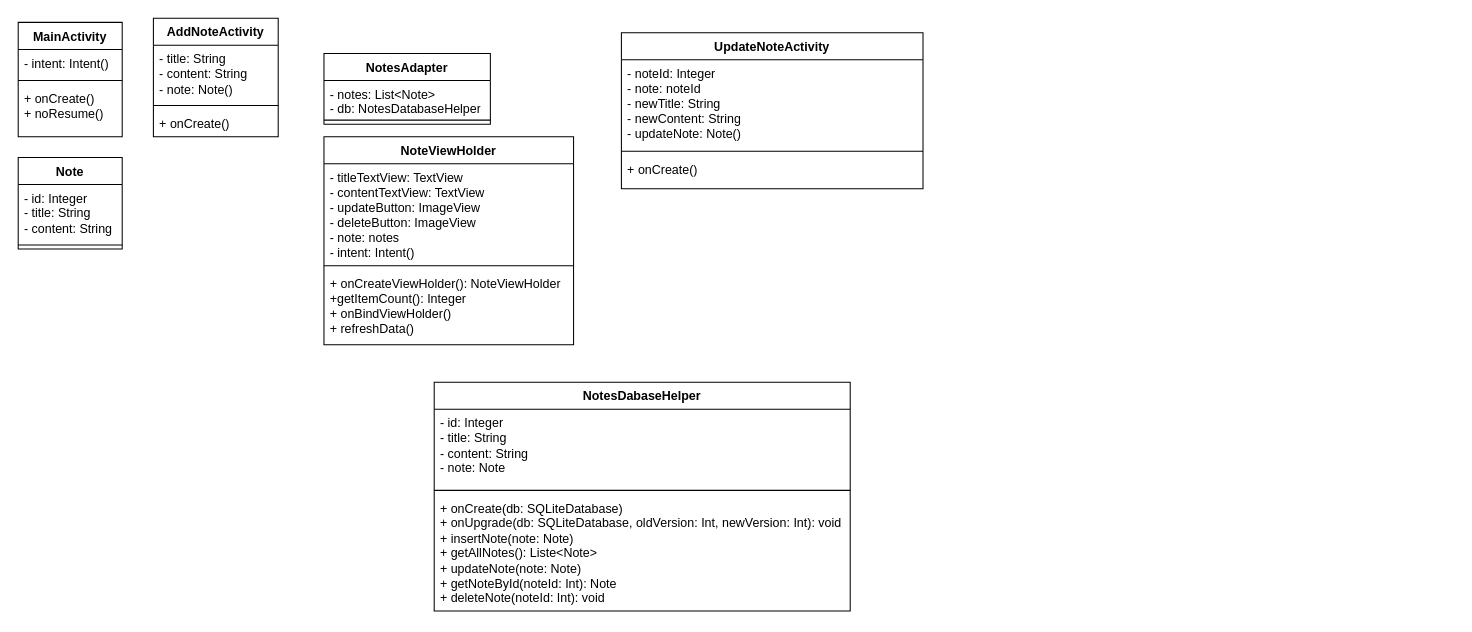
Before: NotesApp.drawio in laurasultan/kotlin, a draw.io diagram. Source tidied: cells renumbered, new cells numbered last; positions are measured from the earlier drawing's top-left corner, leaving out a move shared by most shapes. Both pictures are drawn from the tidied source at 104%, with x=0, y=0 at pixel (18, 18).
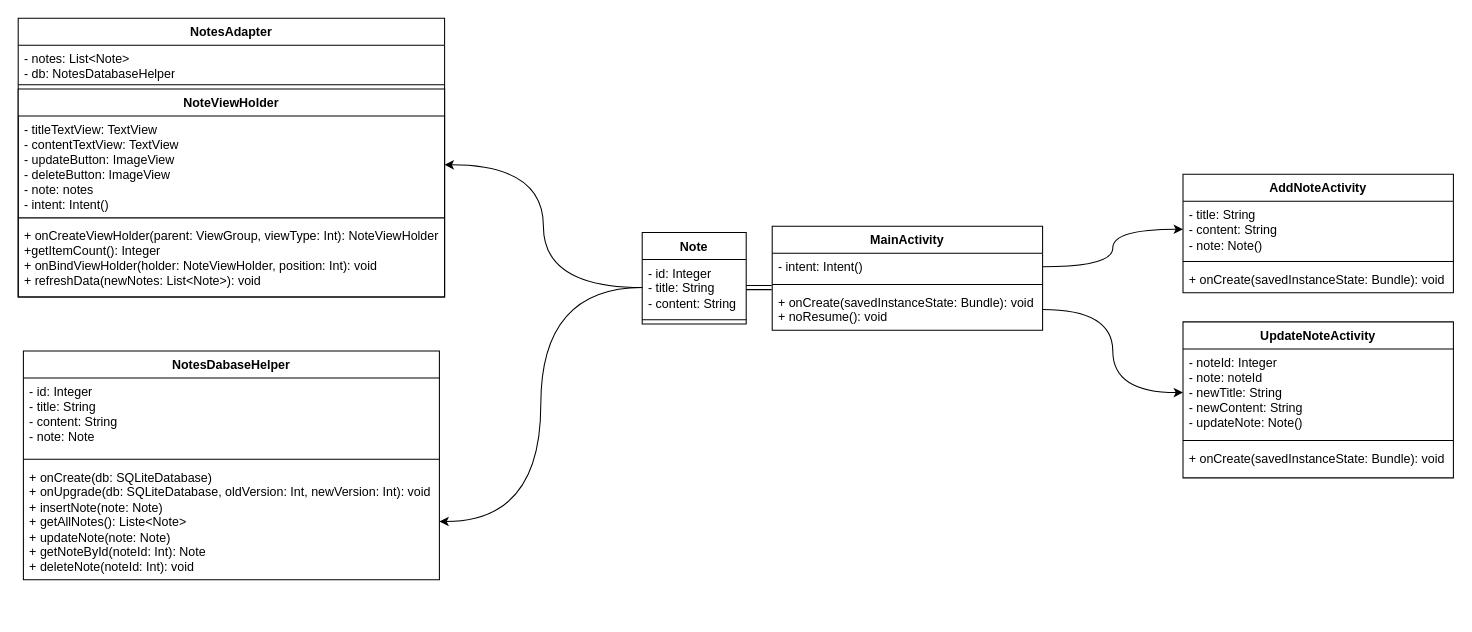
The same page after the edit.

The change refers to these unchanged cells:
```xml
<mxCell id="27" value="+ onCreate(db: SQLiteDatabase)&lt;br&gt;+ onUpgrade(db: SQLiteDatabase, oldVersion: Int, newVersion: Int): void&lt;br&gt;+ insertNote(note: Note)&amp;nbsp;&lt;br&gt;+ getAllNotes(): Liste&amp;lt;Note&amp;gt;&lt;br&gt;+ updateNote(note: Note)&lt;br&gt;+ getNoteById(noteId: Int): Note&lt;br&gt;+ deleteNote(noteId: Int): void" style="text;strokeColor=none;fillColor=none;align=left;verticalAlign=top;spacingLeft=4;spacingRight=4;overflow=hidden;points=[[0,0.5],[1,0.5]];portConstraint=eastwest;whiteSpace=wrap;html=1;" parent="24" vertex="1">
  <mxGeometry y="108" width="400" height="112" as="geometry" />
</mxCell>
```

What changed in the source:
```diff
@@
     <mxCell id="2" value="MainActivity" style="swimlane;fontStyle=1;align=center;verticalAlign=top;horizontal=1;startSize=26;whiteSpace=wrap;html=1;" parent="1" vertex="1">
-      <mxGeometry y="4" width="100" height="110" as="geometry" />
+      <mxGeometry x="725" y="200" width="260" height="100" as="geometry" />
     </mxCell>
     <mxCell id="3" value="- intent: Intent()" style="text;strokeColor=none;fillColor=none;align=left;verticalAlign=top;spacingLeft=4;spacingRight=4;overflow=hidden;points=[[0,0.5],[1,0.5]];portConstraint=eastwest;whiteSpace=wrap;html=1;" parent="2" vertex="1">
-      <mxGeometry y="26" width="100" height="26" as="geometry" />
+      <mxGeometry y="26" width="260" height="26" as="geometry" />
     </mxCell>
     <mxCell id="4" style="line;strokeWidth=1;fillColor=none;align=left;verticalAlign=middle;spacingTop=-1;spacingLeft=3;spacingRight=3;labelPosition=right;strokeColor=inherit;" parent="2" vertex="1">
-      <mxGeometry y="52" width="100" height="8" as="geometry" />
+      <mxGeometry y="52" width="260" height="8" as="geometry" />
     </mxCell>
-    <mxCell id="5" value="+ onCreate()&lt;br&gt;+ noResume()" style="text;strokeColor=none;fillColor=none;align=left;verticalAlign=top;spacingLeft=4;spacingRight=4;overflow=hidden;points=[[0,0.5],[1,0.5]];portConstraint=eastwest;whiteSpace=wrap;html=1;" parent="2" vertex="1">
-      <mxGeometry y="60" width="100" height="50" as="geometry" />
+    <mxCell id="5" value="+ onCreate(savedInstanceState: Bundle): void&lt;br&gt;+ noResume(): void" style="text;strokeColor=none;fillColor=none;align=left;verticalAlign=top;spacingLeft=4;spacingRight=4;overflow=hidden;points=[[0,0.5],[1,0.5]];portConstraint=eastwest;whiteSpace=wrap;html=1;" parent="2" vertex="1">
+      <mxGeometry y="60" width="260" height="40" as="geometry" />
     </mxCell>
-    <mxCell id="6" value="Note" style="swimlane;fontStyle=1;align=center;verticalAlign=top;horizontal=1;startSize=26;whiteSpace=wrap;html=1;" parent="1" vertex="1">
-      <mxGeometry y="134" width="100" height="88" as="geometry" />
-    </mxCell>
-    <mxCell id="7" value="- id: Integer&lt;br&gt;- title: String&lt;br&gt;- content: String" style="text;strokeColor=none;fillColor=none;align=left;verticalAlign=top;spacingLeft=4;spacingRight=4;overflow=hidden;points=[[0,0.5],[1,0.5]];portConstraint=eastwest;whiteSpace=wrap;html=1;" parent="6" vertex="1">
-      <mxGeometry y="26" width="100" height="54" as="geometry" />
-    </mxCell>
-    <mxCell id="8" style="line;strokeWidth=1;fillColor=none;align=left;verticalAlign=middle;spacingTop=-1;spacingLeft=3;spacingRight=3;labelPosition=right;strokeColor=inherit;" parent="6" vertex="1">
-      <mxGeometry y="80" width="100" height="8" as="geometry" />
-    </mxCell>
     <mxCell id="9" value="AddNoteActivity" style="swimlane;fontStyle=1;align=center;verticalAlign=top;horizontal=1;startSize=26;whiteSpace=wrap;html=1;" parent="1" vertex="1">
-      <mxGeometry x="130" width="120" height="114" as="geometry" />
+      <mxGeometry x="1120" y="150" width="260" height="114" as="geometry" />
     </mxCell>
     <mxCell id="10" value="- title: String&lt;br&gt;- content: String&lt;br&gt;- note: Note()" style="text;strokeColor=none;fillColor=none;align=left;verticalAlign=top;spacingLeft=4;spacingRight=4;overflow=hidden;points=[[0,0.5],[1,0.5]];portConstraint=eastwest;whiteSpace=wrap;html=1;" parent="9" vertex="1">
-      <mxGeometry y="26" width="120" height="54" as="geometry" />
+      <mxGeometry y="26" width="260" height="54" as="geometry" />
     </mxCell>
     <mxCell id="11" style="line;strokeWidth=1;fillColor=none;align=left;verticalAlign=middle;spacingTop=-1;spacingLeft=3;spacingRight=3;labelPosition=right;strokeColor=inherit;" parent="9" vertex="1">
-      <mxGeometry y="80" width="120" height="8" as="geometry" />
+      <mxGeometry y="80" width="260" height="8" as="geometry" />
     </mxCell>
-    <mxCell id="12" value="+ onCreate()" style="text;strokeColor=none;fillColor=none;align=left;verticalAlign=top;spacingLeft=4;spacingRight=4;overflow=hidden;whiteSpace=wrap;html=1;" parent="9" vertex="1">
-      <mxGeometry y="88" width="120" height="26" as="geometry" />
+    <mxCell id="12" value="+ onCreate(savedInstanceState: Bundle): void" style="text;strokeColor=none;fillColor=none;align=left;verticalAlign=top;spacingLeft=4;spacingRight=4;overflow=hidden;whiteSpace=wrap;html=1;" parent="9" vertex="1">
+      <mxGeometry y="88" width="260" height="26" as="geometry" />
     </mxCell>
     <mxCell id="13" value="NotesAdapter" style="swimlane;fontStyle=1;align=center;verticalAlign=top;horizontal=1;startSize=26;whiteSpace=wrap;html=1;" parent="1" vertex="1">
-      <mxGeometry x="294" y="34" width="160" height="68" as="geometry" />
+      <mxGeometry width="410" height="268" as="geometry" />
     </mxCell>
     <mxCell id="14" value="- notes: List&amp;lt;Note&amp;gt;&lt;br&gt;- db: NotesDatabaseHelper" style="text;strokeColor=none;fillColor=none;align=left;verticalAlign=top;spacingLeft=4;spacingRight=4;overflow=hidden;whiteSpace=wrap;html=1;" parent="13" vertex="1">
-      <mxGeometry y="26" width="160" height="34" as="geometry" />
+      <mxGeometry y="26" width="410" height="34" as="geometry" />
     </mxCell>
     <mxCell id="15" style="line;strokeWidth=1;fillColor=none;align=left;verticalAlign=middle;spacingTop=-1;spacingLeft=3;spacingRight=3;labelPosition=right;strokeColor=inherit;" parent="13" vertex="1">
-      <mxGeometry y="60" width="160" height="8" as="geometry" />
+      <mxGeometry y="60" width="410" height="8" as="geometry" />
     </mxCell>
-    <mxCell id="16" value="NoteViewHolder" style="swimlane;fontStyle=1;align=center;verticalAlign=top;horizontal=1;startSize=26;whiteSpace=wrap;html=1;" parent="1" vertex="1">
-      <mxGeometry x="294" y="114" width="240" height="200" as="geometry" />
+    <mxCell id="16" value="NoteViewHolder" style="swimlane;fontStyle=1;align=center;verticalAlign=top;horizontal=1;startSize=26;whiteSpace=wrap;html=1;" parent="13" vertex="1">
+      <mxGeometry y="68" width="410" height="200" as="geometry" />
     </mxCell>
     <mxCell id="17" value="- titleTextView: TextView&lt;br&gt;- contentTextView: TextView&lt;br&gt;- updateButton: ImageView&lt;br&gt;- deleteButton: ImageView&lt;br&gt;- note: notes&lt;br&gt;- intent: Intent()" style="text;strokeColor=none;fillColor=none;align=left;verticalAlign=top;spacingLeft=4;spacingRight=4;overflow=hidden;points=[[0,0.5],[1,0.5]];portConstraint=eastwest;whiteSpace=wrap;html=1;" parent="16" vertex="1">
-      <mxGeometry y="26" width="240" height="94" as="geometry" />
+      <mxGeometry y="26" width="410" height="94" as="geometry" />
     </mxCell>
     <mxCell id="18" style="line;strokeWidth=1;fillColor=none;align=left;verticalAlign=middle;spacingTop=-1;spacingLeft=3;spacingRight=3;labelPosition=right;strokeColor=inherit;" parent="16" vertex="1">
-      <mxGeometry y="120" width="240" height="8" as="geometry" />
+      <mxGeometry y="120" width="410" height="8" as="geometry" />
     </mxCell>
-    <mxCell id="19" value="+ onCreateViewHolder(): NoteViewHolder&lt;br&gt;+getItemCount(): Integer&lt;br&gt;+ onBindViewHolder()&lt;br&gt;+ refreshData()" style="text;strokeColor=none;fillColor=none;align=left;verticalAlign=top;spacingLeft=4;spacingRight=4;overflow=hidden;whiteSpace=wrap;html=1;" parent="16" vertex="1">
-      <mxGeometry y="128" width="240" height="72" as="geometry" />
+    <mxCell id="19" value="+ onCreateViewHolder(parent: ViewGroup, viewType: Int): NoteViewHolder&lt;br&gt;+getItemCount(): Integer&lt;br&gt;+ onBindViewHolder(holder: NoteViewHolder, position: Int): void&lt;br&gt;+ refreshData(newNotes: List&amp;lt;Note&amp;gt;): void" style="text;strokeColor=none;fillColor=none;align=left;verticalAlign=top;spacingLeft=4;spacingRight=4;overflow=hidden;whiteSpace=wrap;html=1;" parent="16" vertex="1">
+      <mxGeometry y="128" width="410" height="72" as="geometry" />
     </mxCell>
     <mxCell id="20" value="UpdateNoteActivity" style="swimlane;fontStyle=1;align=center;verticalAlign=top;horizontal=1;startSize=26;whiteSpace=wrap;html=1;" parent="1" vertex="1">
-      <mxGeometry x="580" y="14" width="290" height="150" as="geometry" />
+      <mxGeometry x="1120" y="292" width="260" height="150" as="geometry" />
     </mxCell>
     <mxCell id="21" value="- noteId: Integer&lt;br&gt;- note: noteId&lt;br&gt;- newTitle: String&lt;br&gt;- newContent: String&lt;br&gt;- updateNote: Note()" style="text;strokeColor=none;fillColor=none;align=left;verticalAlign=top;spacingLeft=4;spacingRight=4;overflow=hidden;points=[[0,0.5],[1,0.5]];portConstraint=eastwest;whiteSpace=wrap;html=1;" parent="20" vertex="1">
-      <mxGeometry y="26" width="290" height="84" as="geometry" />
+      <mxGeometry y="26" width="260" height="84" as="geometry" />
     </mxCell>
     <mxCell id="22" style="line;strokeWidth=1;fillColor=none;align=left;verticalAlign=middle;spacingTop=-1;spacingLeft=3;spacingRight=3;labelPosition=right;strokeColor=inherit;" parent="20" vertex="1">
-      <mxGeometry y="110" width="290" height="8" as="geometry" />
+      <mxGeometry y="110" width="260" height="8" as="geometry" />
     </mxCell>
-    <mxCell id="23" value="+ onCreate()" style="text;strokeColor=none;fillColor=none;align=left;verticalAlign=top;spacingLeft=4;spacingRight=4;overflow=hidden;whiteSpace=wrap;html=1;" parent="20" vertex="1">
-      <mxGeometry y="118" width="290" height="32" as="geometry" />
+    <mxCell id="23" value="+ onCreate(savedInstanceState: Bundle): void" style="text;strokeColor=none;fillColor=none;align=left;verticalAlign=top;spacingLeft=4;spacingRight=4;overflow=hidden;whiteSpace=wrap;html=1;" parent="20" vertex="1">
+      <mxGeometry y="118" width="260" height="32" as="geometry" />
     </mxCell>
     <mxCell id="24" value="NotesDabaseHelper" style="swimlane;fontStyle=1;align=center;verticalAlign=top;horizontal=1;startSize=26;whiteSpace=wrap;html=1;" parent="1" vertex="1">
-      <mxGeometry x="400" y="350" width="400" height="220" as="geometry" />
+      <mxGeometry x="5" y="320" width="400" height="220" as="geometry" />
     </mxCell>
@@
+    <mxCell id="6" value="Note" style="swimlane;fontStyle=1;align=center;verticalAlign=top;horizontal=1;startSize=26;whiteSpace=wrap;html=1;" parent="1" vertex="1">
+      <mxGeometry x="600" y="206" width="100" height="88" as="geometry" />
+    </mxCell>
+    <mxCell id="7" value="- id: Integer&lt;br&gt;- title: String&lt;br&gt;- content: String" style="text;strokeColor=none;fillColor=none;align=left;verticalAlign=top;spacingLeft=4;spacingRight=4;overflow=hidden;points=[[0,0.5],[1,0.5]];portConstraint=eastwest;whiteSpace=wrap;html=1;" parent="6" vertex="1">
+      <mxGeometry y="26" width="100" height="54" as="geometry" />
+    </mxCell>
+    <mxCell id="8" style="line;strokeWidth=1;fillColor=none;align=left;verticalAlign=middle;spacingTop=-1;spacingLeft=3;spacingRight=3;labelPosition=right;strokeColor=inherit;" parent="6" vertex="1">
+      <mxGeometry y="80" width="100" height="8" as="geometry" />
+    </mxCell>
+    <mxCell id="28" style="edgeStyle=orthogonalEdgeStyle;rounded=0;jettySize=auto;html=1;exitX=1;exitY=0.5;exitDx=0;exitDy=0;entryX=-0.002;entryY=-0.048;entryDx=0;entryDy=0;entryPerimeter=0;shape=link;" parent="1" edge="1" source="7" target="5">
+      <mxGeometry relative="1" as="geometry" />
+    </mxCell>
+    <mxCell id="29" style="edgeStyle=orthogonalEdgeStyle;rounded=0;jettySize=auto;html=1;entryX=1;entryY=0.5;entryDx=0;entryDy=0;curved=1;" parent="1" edge="1" source="7" target="17">
+      <mxGeometry relative="1" as="geometry" />
+    </mxCell>
+    <mxCell id="30" style="edgeStyle=orthogonalEdgeStyle;rounded=0;jettySize=auto;html=1;exitX=0;exitY=0.5;exitDx=0;exitDy=0;entryX=1;entryY=0.5;entryDx=0;entryDy=0;curved=1;" parent="1" edge="1" source="7" target="27">
+      <mxGeometry relative="1" as="geometry" />
+    </mxCell>
+    <mxCell id="31" style="edgeStyle=orthogonalEdgeStyle;rounded=0;jettySize=auto;html=1;entryX=0;entryY=0.5;entryDx=0;entryDy=0;curved=1;" parent="1" edge="1" source="3" target="10">
+      <mxGeometry relative="1" as="geometry" />
+    </mxCell>
+    <mxCell id="32" style="edgeStyle=orthogonalEdgeStyle;rounded=0;jettySize=auto;html=1;entryX=0;entryY=0.5;entryDx=0;entryDy=0;curved=1;" parent="1" edge="1" source="5" target="21">
+      <mxGeometry relative="1" as="geometry" />
+    </mxCell>
```
